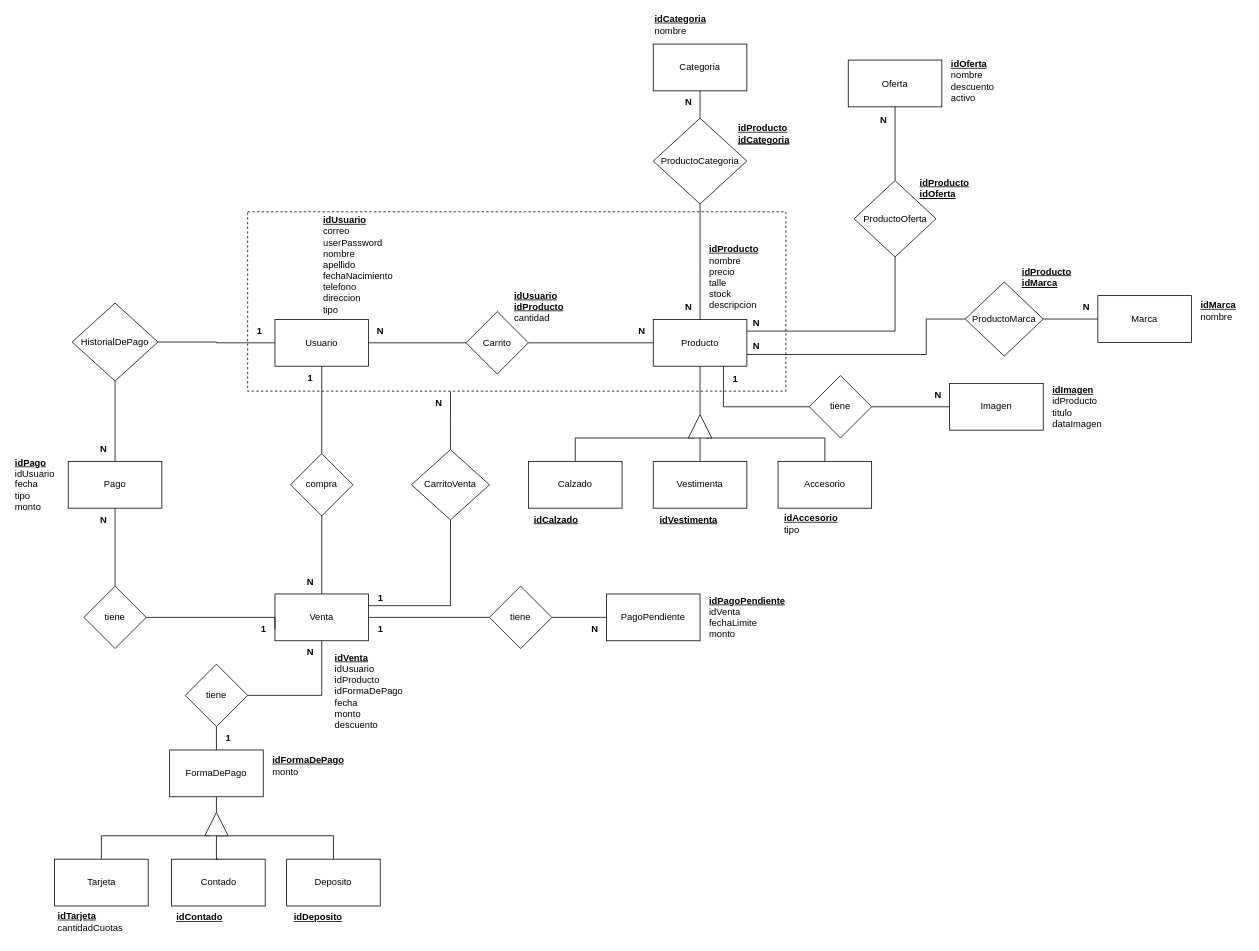
The draw.io diagram documentacion-Ecommerce/MEREcommerce.drawio in YolausGG/ProyectosReact-TrocheGodoy, before the edit. Source tidied: cells renumbered, new cells numbered last; positions are measured from the earlier drawing's top-left corner, leaving out a move shared by most shapes. Both pictures are drawn from the tidied source at 78%, with x=0, y=0 at pixel (13, 16).
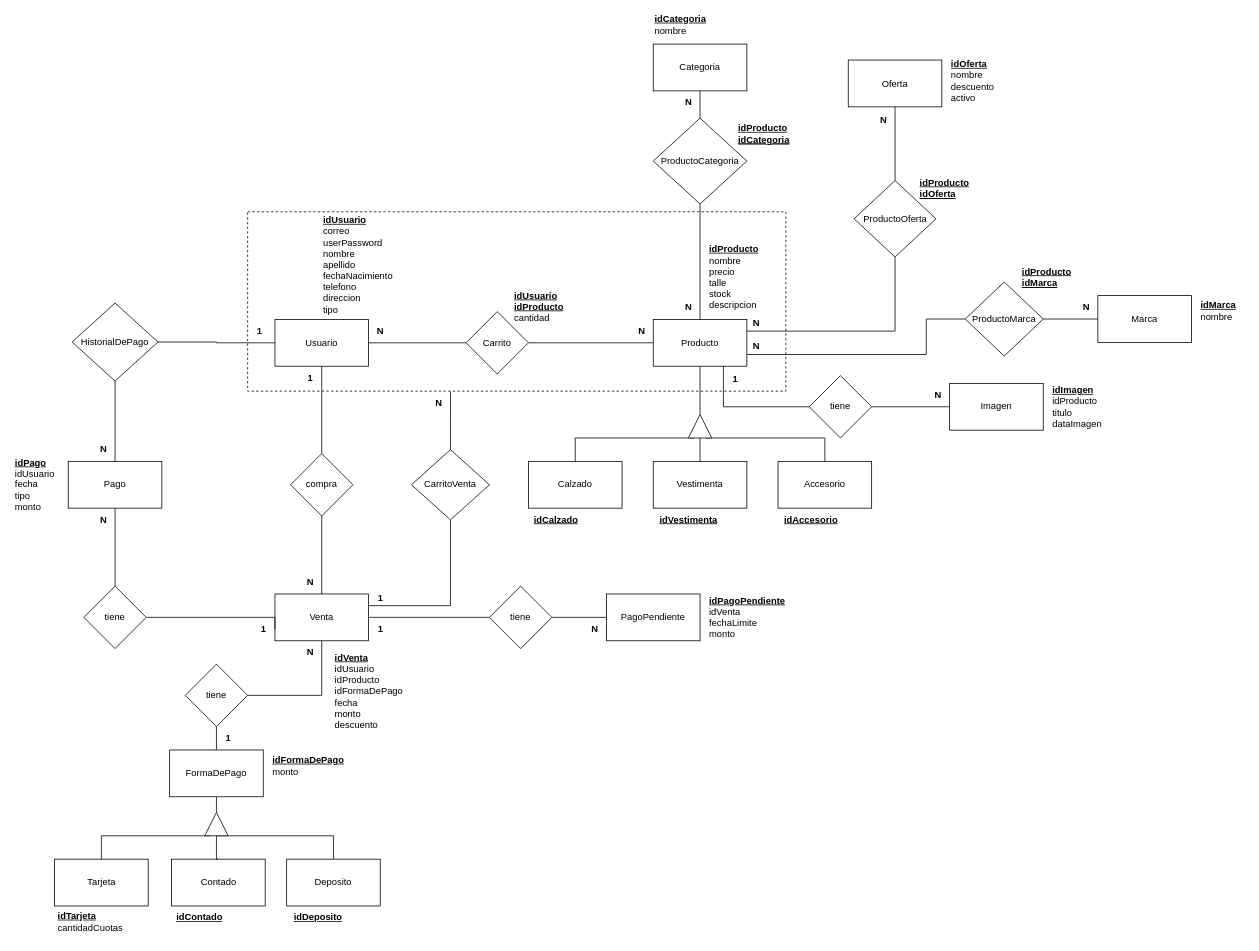
The same page after the edit.

Diff of the diagram source:
```diff
@@
-    <mxCell id="104" value="&lt;div style=&quot;text-align: left;&quot;&gt;&lt;span style=&quot;background-color: initial;&quot;&gt;&lt;b&gt;&lt;u&gt;idAccesorio&lt;/u&gt;&lt;/b&gt;&lt;/span&gt;&lt;/div&gt;&lt;div style=&quot;text-align: left;&quot;&gt;tipo&lt;span style=&quot;background-color: initial;&quot;&gt;&lt;b&gt;&lt;u&gt;&lt;br&gt;&lt;/u&gt;&lt;/b&gt;&lt;/span&gt;&lt;/div&gt;" style="text;html=1;align=center;verticalAlign=middle;strokeColor=none;fillColor=none;" parent="1" vertex="1">
-      <mxGeometry x="977" y="630" width="90" height="40" as="geometry" />
+    <mxCell id="104" value="&lt;div style=&quot;text-align: left;&quot;&gt;&lt;span style=&quot;background-color: initial;&quot;&gt;&lt;b&gt;&lt;u&gt;idAccesorio&lt;/u&gt;&lt;/b&gt;&lt;/span&gt;&lt;/div&gt;" style="text;html=1;align=center;verticalAlign=middle;strokeColor=none;fillColor=none;" parent="1" vertex="1">
+      <mxGeometry x="977" y="630" width="90" height="30" as="geometry" />
     </mxCell>
```
